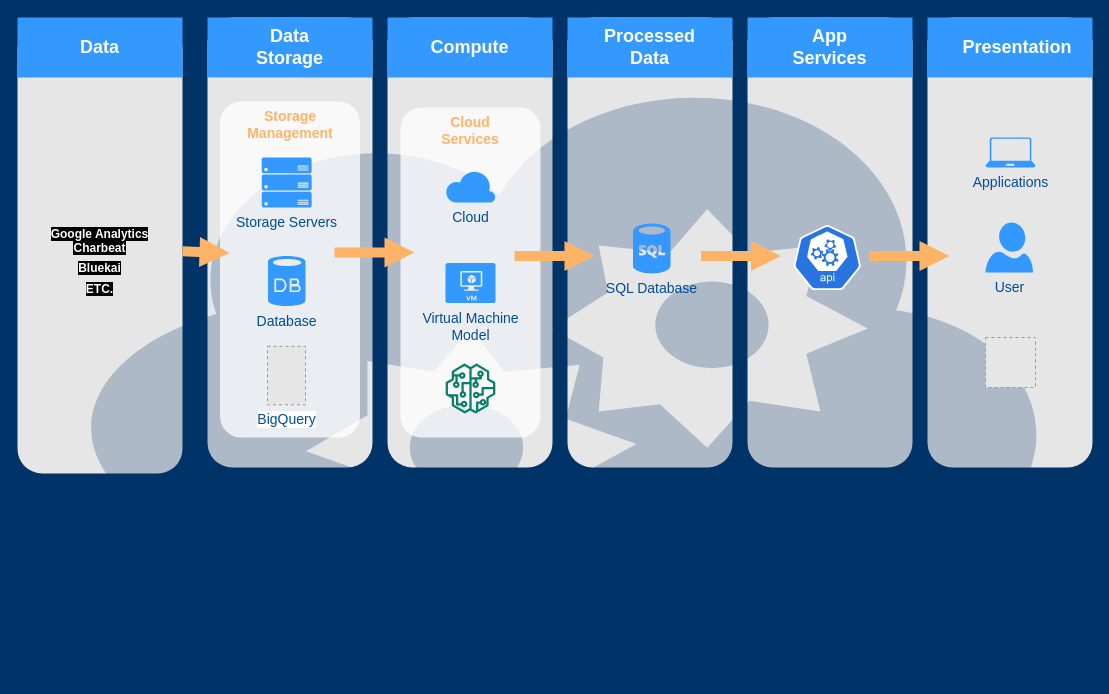
This is Untitled Diagram.drawio from bolale/prueba5, a draw.io file, before an edit. Source tidied: cells renumbered, new cells numbered last; positions are measured from the earlier drawing's top-left corner, leaving out a move shared by most shapes. Both pictures are drawn from the tidied source at 100%, with x=0, y=0 at pixel (17, 17). Pictures stored in the file or linked from it are replaced by grey dashed boxes.
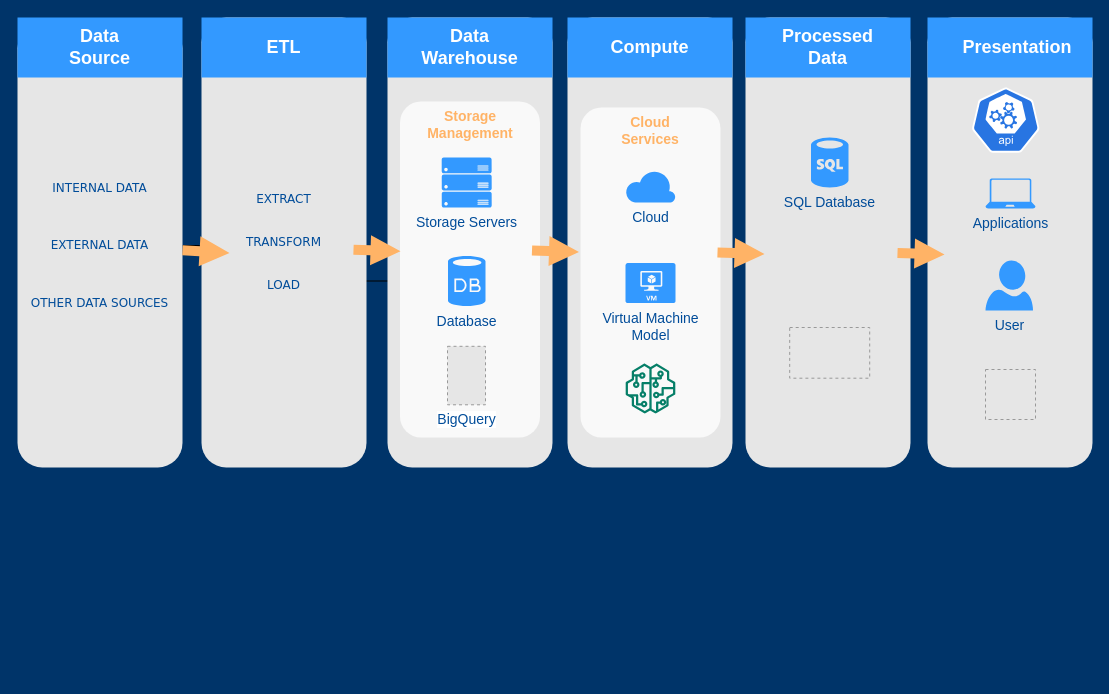
The same page after the edit.

Change to the diagram source:
```diff
@@
-    <mxCell id="3" value="&lt;span style=&quot;background-color: rgb(0 , 0 , 0)&quot;&gt;&lt;font color=&quot;#ffffff&quot;&gt;&lt;br&gt;&lt;br&gt;&lt;font style=&quot;font-family: &amp;#34;helvetica&amp;#34; ; font-style: normal ; font-weight: 700 ; letter-spacing: normal ; text-align: center ; text-indent: 0px ; text-transform: none ; word-spacing: 0px ; font-size: 12px&quot;&gt;Google Analytics&lt;br&gt;Charbeat&lt;br&gt;&lt;/font&gt;&lt;font style=&quot;font-family: &amp;#34;helvetica&amp;#34; ; font-size: 18px ; font-style: normal ; font-weight: 700 ; letter-spacing: normal ; text-align: center ; text-indent: 0px ; text-transform: none ; word-spacing: 0px&quot;&gt;&lt;span style=&quot;font-size: 12px&quot;&gt;Bluekai&lt;/span&gt;&lt;br&gt;&lt;font style=&quot;font-size: 12px&quot;&gt;ETC.&lt;/font&gt;&lt;/font&gt;&lt;/font&gt;&lt;/span&gt;" style="rounded=1;whiteSpace=wrap;html=1;dashed=1;strokeColor=none;strokeWidth=2;fillColor=#E6E6E6;fontFamily=Verdana;fontSize=12;fontColor=#00BEF2;" parent="1" vertex="1">
-      <mxGeometry y="6" width="165" height="450" as="geometry" />
+    <mxCell id="3" value="&lt;font color=&quot;#004c99&quot;&gt;INTERNAL DATA&lt;br&gt;&lt;br&gt;&lt;br&gt;&lt;br&gt;EXTERNAL DATA&lt;br&gt;&lt;br&gt;&lt;br&gt;&lt;br&gt;OTHER DATA SOURCES&lt;/font&gt;" style="rounded=1;whiteSpace=wrap;html=1;dashed=1;strokeColor=none;strokeWidth=2;fillColor=#E6E6E6;fontFamily=Verdana;fontSize=12;fontColor=#00BEF2;" parent="1" vertex="1">
+      <mxGeometry y="6" width="165" height="444" as="geometry" />
     </mxCell>
     <mxCell id="4" style="rounded=1;whiteSpace=wrap;html=1;dashed=1;strokeColor=none;strokeWidth=2;fillColor=#E6E6E6;fontFamily=Verdana;fontSize=12;fontColor=#00BEF2;" parent="1" vertex="1">
-      <mxGeometry x="190" width="165" height="450" as="geometry" />
+      <mxGeometry x="370" width="165" height="450" as="geometry" />
     </mxCell>
     <mxCell id="5" style="rounded=1;whiteSpace=wrap;html=1;dashed=1;strokeColor=none;strokeWidth=2;fillColor=#E6E6E6;fontFamily=Verdana;fontSize=12;fontColor=#00BEF2;" parent="1" vertex="1">
-      <mxGeometry x="370" width="165" height="450" as="geometry" />
+      <mxGeometry x="550" width="165" height="450" as="geometry" />
     </mxCell>
     <mxCell id="6" style="rounded=1;whiteSpace=wrap;html=1;dashed=1;strokeColor=none;strokeWidth=2;fillColor=#E6E6E6;fontFamily=Verdana;fontSize=12;fontColor=#00BEF2;" parent="1" vertex="1">
-      <mxGeometry x="550" width="165" height="450" as="geometry" />
+      <mxGeometry x="728" width="165" height="450" as="geometry" />
     </mxCell>
-    <mxCell id="7" style="rounded=1;whiteSpace=wrap;html=1;dashed=1;strokeColor=none;strokeWidth=2;fillColor=#E6E6E6;fontFamily=Verdana;fontSize=12;fontColor=#00BEF2;" parent="1" vertex="1">
-      <mxGeometry x="730" width="165" height="450" as="geometry" />
+    <mxCell id="7" value="&lt;font color=&quot;#004c99&quot;&gt;EXTRACT&lt;br&gt;&lt;br&gt;&lt;br&gt;TRANSFORM&lt;br&gt;&lt;br&gt;&lt;br&gt;LOAD&lt;/font&gt;" style="rounded=1;whiteSpace=wrap;html=1;dashed=1;strokeColor=none;strokeWidth=2;fillColor=#E6E6E6;fontFamily=Verdana;fontSize=12;fontColor=#00BEF2;" parent="1" vertex="1">
+      <mxGeometry x="184" width="165" height="450" as="geometry" />
     </mxCell>
@@
-    <mxCell id="9" value="Data &lt;br&gt;Storage" style="whiteSpace=wrap;html=1;dashed=1;strokeColor=none;strokeWidth=2;fillColor=#3399FF;fontFamily=Helvetica;fontSize=18;fontColor=#FFFFFF;fontStyle=1;" parent="1" vertex="1">
-      <mxGeometry x="190" width="165" height="60" as="geometry" />
+    <mxCell id="9" value="Data &lt;br&gt;Warehouse" style="whiteSpace=wrap;html=1;dashed=1;strokeColor=none;strokeWidth=2;fillColor=#3399FF;fontFamily=Helvetica;fontSize=18;fontColor=#FFFFFF;fontStyle=1;" parent="1" vertex="1">
+      <mxGeometry x="370" width="165" height="60" as="geometry" />
     </mxCell>
     <mxCell id="10" value="Compute" style="whiteSpace=wrap;html=1;dashed=1;strokeColor=none;strokeWidth=2;fillColor=#3399FF;fontFamily=Helvetica;fontSize=18;fontColor=#FFFFFF;fontStyle=1;" parent="1" vertex="1">
-      <mxGeometry x="370" width="165" height="60" as="geometry" />
+      <mxGeometry x="550" width="165" height="60" as="geometry" />
     </mxCell>
     <mxCell id="11" value="Processed &lt;br&gt;Data" style="whiteSpace=wrap;html=1;dashed=1;strokeColor=none;strokeWidth=2;fillColor=#3399FF;fontFamily=Helvetica;fontSize=18;fontColor=#FFFFFF;fontStyle=1;" parent="1" vertex="1">
-      <mxGeometry x="550" width="165" height="60" as="geometry" />
+      <mxGeometry x="728" width="165" height="60" as="geometry" />
     </mxCell>
-    <mxCell id="12" value="App&lt;div&gt;Services&lt;/div&gt;" style="whiteSpace=wrap;html=1;dashed=1;strokeColor=none;strokeWidth=2;fillColor=#3399FF;fontFamily=Helvetica;fontSize=18;fontColor=#FFFFFF;fontStyle=1;" parent="1" vertex="1">
-      <mxGeometry x="730" width="165" height="60" as="geometry" />
+    <mxCell id="12" value="ETL" style="whiteSpace=wrap;html=1;dashed=1;strokeColor=none;strokeWidth=2;fillColor=#3399FF;fontFamily=Helvetica;fontSize=18;fontColor=#FFFFFF;fontStyle=1;" parent="1" vertex="1">
+      <mxGeometry x="184" width="165" height="60" as="geometry" />
     </mxCell>
@@
-    <mxCell id="14" style="verticalLabelPosition=bottom;html=1;verticalAlign=top;strokeColor=none;fillColor=#003366;shape=mxgraph.azure.cloud_service;dashed=1;fontFamily=Helvetica;fontSize=18;fontColor=#FFFFFF;opacity=25;" parent="1" vertex="1">
-      <mxGeometry x="60" y="60" width="970" height="600" as="geometry" />
-    </mxCell>
     <mxCell id="15" value="SQL Database" style="verticalLabelPosition=bottom;html=1;verticalAlign=top;strokeColor=none;fillColor=#3399FF;shape=mxgraph.azure.sql_database;dashed=1;fontFamily=Helvetica;fontSize=14;fontColor=#004C99;" parent="1" vertex="1">
-      <mxGeometry x="615.5" y="206" width="37.5" height="50" as="geometry" />
+      <mxGeometry x="793.5" y="120" width="37.5" height="50" as="geometry" />
     </mxCell>
     <mxCell id="16" value="Storage Management" style="rounded=1;whiteSpace=wrap;html=1;dashed=1;strokeColor=none;strokeWidth=2;fillColor=#FFFFFF;fontFamily=Helvetica;fontSize=14;fontColor=#FFB366;opacity=75;verticalAlign=top;fontStyle=1;" parent="1" vertex="1">
-      <mxGeometry x="202.5" y="84" width="140" height="336" as="geometry" />
+      <mxGeometry x="382.5" y="84" width="140" height="336" as="geometry" />
     </mxCell>
     <mxCell id="17" value="Storage Servers" style="verticalLabelPosition=bottom;html=1;verticalAlign=top;strokeColor=none;fillColor=#3399FF;shape=mxgraph.azure.server_rack;dashed=1;fontFamily=Helvetica;fontSize=14;fontColor=#004C99;" parent="1" vertex="1">
-      <mxGeometry x="244.2" y="140" width="50" height="50" as="geometry" />
+      <mxGeometry x="424.2" y="140" width="50" height="50" as="geometry" />
     </mxCell>
     <mxCell id="18" value="Database" style="verticalLabelPosition=bottom;html=1;verticalAlign=top;strokeColor=none;fillColor=#3399FF;shape=mxgraph.azure.database;dashed=1;fontFamily=Helvetica;fontSize=14;fontColor=#004C99;" parent="1" vertex="1">
-      <mxGeometry x="250.5" y="238.5" width="37.5" height="50" as="geometry" />
+      <mxGeometry x="430.5" y="238.5" width="37.5" height="50" as="geometry" />
     </mxCell>
     <mxCell id="19" value="Cloud&lt;div&gt;Services&lt;/div&gt;" style="rounded=1;whiteSpace=wrap;html=1;dashed=1;strokeColor=none;strokeWidth=2;fillColor=#FFFFFF;fontFamily=Helvetica;fontSize=14;fontColor=#FFB366;opacity=75;verticalAlign=top;fontStyle=1;" parent="1" vertex="1">
-      <mxGeometry x="383" y="90" width="140" height="330" as="geometry" />
+      <mxGeometry x="563" y="90" width="140" height="330" as="geometry" />
     </mxCell>
     <mxCell id="20" value="Cloud" style="verticalLabelPosition=bottom;html=1;verticalAlign=top;strokeColor=none;fillColor=#3399FF;shape=mxgraph.azure.cloud;dashed=1;fontSize=14;fontColor=#004C99;" parent="1" vertex="1">
-      <mxGeometry x="428" y="152.6" width="50" height="32.5" as="geometry" />
+      <mxGeometry x="608" y="152.6" width="50" height="32.5" as="geometry" />
     </mxCell>
     <mxCell id="21" value="Virtual Machine&lt;br&gt;Model" style="verticalLabelPosition=bottom;html=1;verticalAlign=top;strokeColor=none;fillColor=#3399FF;shape=mxgraph.azure.virtual_machine;dashed=1;fontSize=14;fontColor=#004C99;" parent="1" vertex="1">
-      <mxGeometry x="428" y="245.6" width="50" height="40" as="geometry" />
+      <mxGeometry x="608" y="245.6" width="50" height="40" as="geometry" />
     </mxCell>
     <mxCell id="22" value="Applications" style="verticalLabelPosition=bottom;html=1;verticalAlign=top;strokeColor=none;fillColor=#3399FF;shape=mxgraph.azure.laptop;dashed=1;fontFamily=Helvetica;fontSize=14;fontColor=#004C99;" parent="1" vertex="1">
-      <mxGeometry x="968" y="120" width="50" height="30" as="geometry" />
+      <mxGeometry x="968" y="161" width="50" height="30" as="geometry" />
     </mxCell>
     <mxCell id="23" value="User" style="verticalLabelPosition=bottom;html=1;verticalAlign=top;strokeColor=none;fillColor=#3399FF;shape=mxgraph.azure.user;dashed=1;fontFamily=Helvetica;fontSize=14;fontColor=#004C99;" parent="1" vertex="1">
-      <mxGeometry x="968" y="205.1" width="47.5" height="50" as="geometry" />
+      <mxGeometry x="968" y="243.1" width="47.5" height="50" as="geometry" />
     </mxCell>
@@
-    <mxCell id="25" style="arrow;html=1;endArrow=block;endFill=1;strokeColor=none;strokeWidth=4;fontFamily=Helvetica;fontSize=36;fontColor=#FFB366;fillColor=#FFB366;opacity=100;" parent="1" edge="1">
-      <mxGeometry relative="1" as="geometry">
-        <mxPoint x="317" y="235" as="sourcePoint" />
-        <mxPoint x="397" y="235" as="targetPoint" />
-      </mxGeometry>
-    </mxCell>
-    <mxCell id="26" style="arrow;html=1;endArrow=block;endFill=1;strokeColor=none;strokeWidth=4;fontFamily=Helvetica;fontSize=36;fontColor=#FFB366;fillColor=#FFB366;" parent="1" edge="1">
-      <mxGeometry relative="1" as="geometry">
-        <mxPoint x="497" y="238.5" as="sourcePoint" />
-        <mxPoint x="577" y="238.5" as="targetPoint" />
-      </mxGeometry>
-    </mxCell>
-    <mxCell id="27" style="arrow;html=1;endArrow=block;endFill=1;strokeColor=none;strokeWidth=4;fontFamily=Helvetica;fontSize=36;fontColor=#FFB366;fillColor=#FFB366;" parent="1" edge="1">
-      <mxGeometry relative="1" as="geometry">
-        <mxPoint x="683.5" y="238.5" as="sourcePoint" />
-        <mxPoint x="763.5" y="238.5" as="targetPoint" />
-      </mxGeometry>
-    </mxCell>
-    <mxCell id="28" style="arrow;html=1;endArrow=block;endFill=1;strokeColor=none;strokeWidth=4;fontFamily=Helvetica;fontSize=36;fontColor=#FFB366;fillColor=#FFB366;" parent="1" edge="1">
-      <mxGeometry relative="1" as="geometry">
-        <mxPoint x="852" y="238.5" as="sourcePoint" />
-        <mxPoint x="932" y="238.5" as="targetPoint" />
-      </mxGeometry>
-    </mxCell>
     <mxCell id="29" value="BigQuery" style="fillColor=#E6E6E6;strokeColor=#999999;dashed=1;verticalLabelPosition=bottom;labelBackgroundColor=#ffffff;verticalAlign=top;fontFamily=Helvetica;fontSize=14;fontColor=#004C99;align=center;html=1;" parent="1" vertex="1">
-      <mxGeometry x="250" y="328.8" width="38" height="58.5" as="geometry" />
+      <mxGeometry x="430" y="328.8" width="38" height="58.5" as="geometry" />
     </mxCell>
     <mxCell id="30" style="sketch=0;html=1;dashed=0;whitespace=wrap;fillColor=#2875E2;strokeColor=#ffffff;shape=mxgraph.kubernetes.icon;prIcon=api;fontSize=12;" parent="1" vertex="1">
-      <mxGeometry x="776" y="190" width="67.5" height="100" as="geometry" />
+      <mxGeometry x="954.5" y="52.6" width="67.5" height="100" as="geometry" />
     </mxCell>
     <mxCell id="31" style="fillColor=#E6E6E6;strokeColor=#999999;dashed=1;verticalLabelPosition=bottom;verticalAlign=top;fontSize=12;" parent="1" vertex="1">
-      <mxGeometry x="968" y="320" width="50" height="50" as="geometry" />
+      <mxGeometry x="968" y="352" width="50" height="50" as="geometry" />
     </mxCell>
     <mxCell id="32" style="sketch=0;fontColor=#232F3E;gradientColor=none;fillColor=#067F68;strokeColor=none;dashed=0;verticalLabelPosition=bottom;verticalAlign=top;align=center;html=1;fontSize=12;fontStyle=0;shape=mxgraph.aws4.sagemaker_model;" parent="1" vertex="1">
-      <mxGeometry x="428" y="346" width="50" height="50" as="geometry" />
+      <mxGeometry x="608" y="346" width="50" height="50" as="geometry" />
     </mxCell>
-    <mxCell id="33" value="&lt;font&gt;Data&lt;br&gt;&lt;/font&gt;" style="whiteSpace=wrap;html=1;dashed=1;strokeColor=none;strokeWidth=2;fillColor=#3399FF;fontFamily=Helvetica;fontSize=18;fontColor=#FFFFFF;fontStyle=1;" parent="1" vertex="1">
+    <mxCell id="33" value="&lt;font&gt;Data&lt;br&gt;Source&lt;br&gt;&lt;/font&gt;" style="whiteSpace=wrap;html=1;dashed=1;strokeColor=none;strokeWidth=2;fillColor=#3399FF;fontFamily=Helvetica;fontSize=18;fontColor=#FFFFFF;fontStyle=1;" parent="1" vertex="1">
       <mxGeometry width="165" height="60" as="geometry" />
     </mxCell>
+    <mxCell id="34" style="fillColor=#E6E6E6;strokeColor=#999999;dashed=1;verticalLabelPosition=bottom;labelBackgroundColor=#ffffff;verticalAlign=top;fontSize=12;fontColor=#FFFFFF;" parent="1" vertex="1">
+      <mxGeometry x="772.2" y="310" width="80" height="50.7" as="geometry" />
+    </mxCell>
+    <mxCell id="35" style="arrow;html=1;endArrow=block;endFill=1;strokeColor=none;strokeWidth=4;fontFamily=Helvetica;fontSize=36;fontColor=#FFB366;fillColor=#FFB366;" parent="1" edge="1">
+      <mxGeometry relative="1" as="geometry">
+        <mxPoint x="336" y="232.2" as="sourcePoint" />
+        <mxPoint x="383" y="233.8" as="targetPoint" />
+      </mxGeometry>
+    </mxCell>
+    <mxCell id="36" style="arrow;html=1;endArrow=block;endFill=1;strokeColor=none;strokeWidth=4;fontFamily=Helvetica;fontSize=36;fontColor=#FFB366;fillColor=#FFB366;" parent="1" edge="1">
+      <mxGeometry relative="1" as="geometry">
+        <mxPoint x="514.5" y="232.9" as="sourcePoint" />
+        <mxPoint x="561.5" y="234.5" as="targetPoint" />
+      </mxGeometry>
+    </mxCell>
+    <mxCell id="37" style="arrow;html=1;endArrow=block;endFill=1;strokeColor=none;strokeWidth=4;fontFamily=Helvetica;fontSize=36;fontColor=#FFB366;fillColor=#FFB366;" parent="1" edge="1">
+      <mxGeometry relative="1" as="geometry">
+        <mxPoint x="700" y="234.9" as="sourcePoint" />
+        <mxPoint x="747" y="236.5" as="targetPoint" />
+      </mxGeometry>
+    </mxCell>
+    <mxCell id="38" style="arrow;html=1;endArrow=block;endFill=1;strokeColor=none;strokeWidth=4;fontFamily=Helvetica;fontSize=36;fontColor=#FFB366;fillColor=#FFB366;" parent="1" edge="1">
+      <mxGeometry relative="1" as="geometry">
+        <mxPoint x="880" y="235.5" as="sourcePoint" />
+        <mxPoint x="927" y="237.1" as="targetPoint" />
+      </mxGeometry>
+    </mxCell>
```
